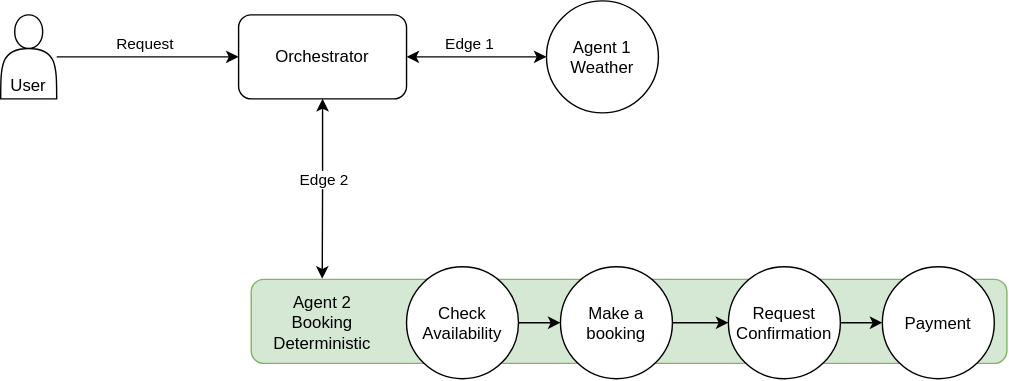
Before: multiAgent.svg, a diagram exported from draw.io (kieran-travis/drawio). Source tidied: cells renumbered, new cells last; positions are measured from the earlier drawing's top-left corner, leaving out a move shared by most shapes. Its diagram source:
```xml
<mxGraphModel>
  <root>
    <mxCell id="0" />
    <mxCell id="1" parent="0" />
    <mxCell id="2" style="edgeStyle=orthogonalEdgeStyle;rounded=0;jettySize=auto;html=1;startArrow=classic;startFill=1;" parent="1" edge="1" source="4" target="8">
      <mxGeometry relative="1" as="geometry" />
    </mxCell>
    <mxCell id="3" value="Edge 1" style="edgeLabel;html=1;align=center;verticalAlign=middle;" parent="2" vertex="1">
      <mxGeometry x="-0.24" y="3" relative="1" as="geometry">
        <mxPoint x="6" y="-7" as="offset" />
      </mxGeometry>
    </mxCell>
    <mxCell id="4" value="Orchestrator" style="rounded=1;whiteSpace=wrap;html=1;" parent="1" vertex="1">
      <mxGeometry x="170" y="10" width="120" height="60" as="geometry" />
    </mxCell>
    <mxCell id="5" style="edgeStyle=orthogonalEdgeStyle;rounded=0;jettySize=auto;html=1;" parent="1" edge="1" source="7" target="4">
      <mxGeometry relative="1" as="geometry" />
    </mxCell>
    <mxCell id="6" value="Request" style="edgeLabel;html=1;align=center;verticalAlign=middle;" parent="5" vertex="1">
      <mxGeometry x="-0.05" y="-3" relative="1" as="geometry">
        <mxPoint y="-13" as="offset" />
      </mxGeometry>
    </mxCell>
    <mxCell id="7" value="User" style="shape=actor;whiteSpace=wrap;html=1;verticalAlign=bottom;" parent="1" vertex="1">
      <mxGeometry y="10" width="40" height="60" as="geometry" />
    </mxCell>
    <mxCell id="8" value="Agent 1 Weather" style="ellipse;whiteSpace=wrap;html=1;shapeInside=1;rounded=1;" parent="1" vertex="1">
      <mxGeometry x="390" width="80" height="80" as="geometry" />
    </mxCell>
    <mxCell id="9" style="rounded=1;whiteSpace=wrap;html=1;fillColor=#d5e8d4;strokeColor=#82b366;" parent="1" vertex="1">
      <mxGeometry x="179" y="199" width="540" height="60" as="geometry" />
    </mxCell>
    <mxCell id="10" style="edgeStyle=orthogonalEdgeStyle;rounded=0;jettySize=auto;html=1;entryX=0;entryY=0.5;entryDx=0;entryDy=0;" parent="1" edge="1" source="11" target="13">
      <mxGeometry relative="1" as="geometry" />
    </mxCell>
    <mxCell id="11" value="Check Availability" style="ellipse;whiteSpace=wrap;html=1;shapeInside=1;" parent="1" vertex="1">
      <mxGeometry x="290" y="190" width="80" height="80" as="geometry" />
    </mxCell>
    <mxCell id="12" style="edgeStyle=orthogonalEdgeStyle;rounded=0;jettySize=auto;html=1;entryX=0;entryY=0.5;entryDx=0;entryDy=0;" parent="1" edge="1" source="13" target="15">
      <mxGeometry relative="1" as="geometry" />
    </mxCell>
    <mxCell id="13" value="Make a booking" style="ellipse;whiteSpace=wrap;html=1;shapeInside=1;" parent="1" vertex="1">
      <mxGeometry x="400" y="190" width="80" height="80" as="geometry" />
    </mxCell>
    <mxCell id="14" style="edgeStyle=orthogonalEdgeStyle;rounded=0;jettySize=auto;html=1;entryX=0;entryY=0.5;entryDx=0;entryDy=0;" parent="1" edge="1" source="15" target="16">
      <mxGeometry relative="1" as="geometry" />
    </mxCell>
    <mxCell id="15" value="Request Confirmation" style="ellipse;whiteSpace=wrap;html=1;shapeInside=1;" parent="1" vertex="1">
      <mxGeometry x="520" y="190" width="80" height="80" as="geometry" />
    </mxCell>
    <mxCell id="16" value="Payment" style="ellipse;whiteSpace=wrap;html=1;shapeInside=1;" parent="1" vertex="1">
      <mxGeometry x="630" y="190" width="80" height="80" as="geometry" />
    </mxCell>
    <mxCell id="17" value="Agent 2&lt;div&gt;Booking&lt;/div&gt;&lt;div&gt;Deterministic&lt;/div&gt;" style="text;html=1;whiteSpace=wrap;strokeColor=none;fillColor=none;align=center;verticalAlign=middle;rounded=0;" parent="1" vertex="1">
      <mxGeometry x="200" y="215" width="60" height="30" as="geometry" />
    </mxCell>
    <mxCell id="18" style="edgeStyle=orthogonalEdgeStyle;rounded=0;jettySize=auto;html=1;entryX=0.094;entryY=-0.008;entryDx=0;entryDy=0;entryPerimeter=0;startArrow=classic;startFill=1;" parent="1" edge="1" source="4" target="9">
      <mxGeometry relative="1" as="geometry" />
    </mxCell>
    <mxCell id="19" value="Edge 2" style="edgeLabel;html=1;align=center;verticalAlign=middle;" parent="18" vertex="1">
      <mxGeometry x="-0.12" relative="1" as="geometry" />
    </mxCell>
  </root>
</mxGraphModel>
```
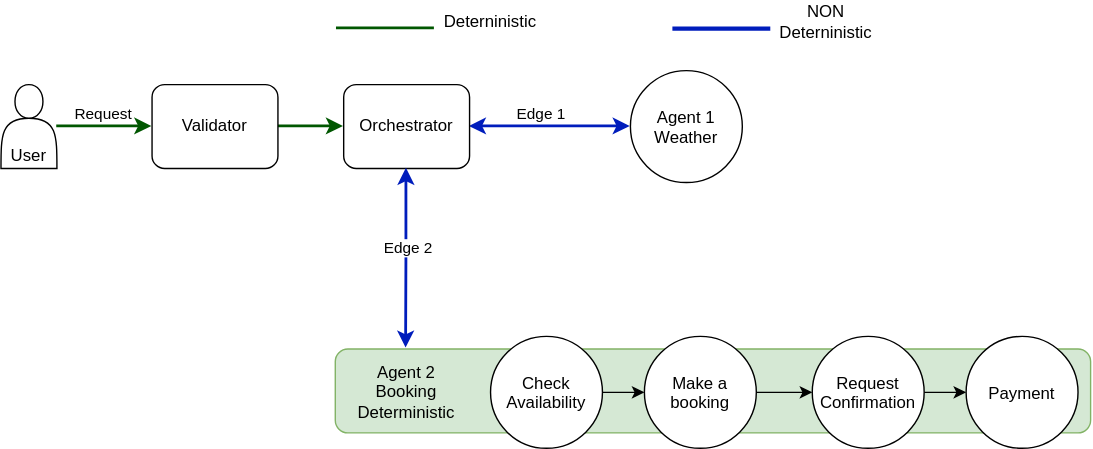
Above is the later version.

Commit message:
determistic and non deterministic

Diff of the diagram source:
```diff
@@ -2,7 +2,7 @@
   <root>
     <mxCell id="0" />
     <mxCell id="1" parent="0" />
-    <mxCell id="2" style="edgeStyle=orthogonalEdgeStyle;rounded=0;jettySize=auto;html=1;startArrow=classic;startFill=1;" parent="1" edge="1" source="4" target="8">
+    <mxCell id="2" style="edgeStyle=orthogonalEdgeStyle;rounded=0;jettySize=auto;html=1;startArrow=classic;startFill=1;fillColor=#0050ef;strokeColor=#001DBC;strokeWidth=2;" parent="1" edge="1" source="4" target="8">
       <mxGeometry relative="1" as="geometry" />
     </mxCell>
     <mxCell id="3" value="Edge 1" style="edgeLabel;html=1;align=center;verticalAlign=middle;" parent="2" vertex="1">
@@ -11,18 +11,13 @@
       </mxGeometry>
     </mxCell>
     <mxCell id="4" value="Orchestrator" style="rounded=1;whiteSpace=wrap;html=1;" parent="1" vertex="1">
-      <mxGeometry x="170" y="10" width="120" height="60" as="geometry" />
+      <mxGeometry x="185" y="10" width="90" height="60" as="geometry" />
     </mxCell>
-    <mxCell id="5" style="edgeStyle=orthogonalEdgeStyle;rounded=0;jettySize=auto;html=1;" parent="1" edge="1" source="7" target="4">
+    <mxCell id="5" style="edgeStyle=orthogonalEdgeStyle;rounded=0;jettySize=auto;html=1;fillColor=#008a00;strokeColor=#005700;strokeWidth=2;" parent="1" edge="1" source="21" target="4">
       <mxGeometry relative="1" as="geometry" />
     </mxCell>
-    <mxCell id="6" value="Request" style="edgeLabel;html=1;align=center;verticalAlign=middle;" parent="5" vertex="1">
-      <mxGeometry x="-0.05" y="-3" relative="1" as="geometry">
-        <mxPoint y="-13" as="offset" />
-      </mxGeometry>
-    </mxCell>
     <mxCell id="7" value="User" style="shape=actor;whiteSpace=wrap;html=1;verticalAlign=bottom;" parent="1" vertex="1">
-      <mxGeometry y="10" width="40" height="60" as="geometry" />
+      <mxGeometry x="-60" y="10" width="40" height="60" as="geometry" />
     </mxCell>
     <mxCell id="8" value="Agent 1 Weather" style="ellipse;whiteSpace=wrap;html=1;shapeInside=1;rounded=1;" parent="1" vertex="1">
       <mxGeometry x="390" width="80" height="80" as="geometry" />
@@ -54,11 +49,40 @@
     <mxCell id="17" value="Agent 2&lt;div&gt;Booking&lt;/div&gt;&lt;div&gt;Deterministic&lt;/div&gt;" style="text;html=1;whiteSpace=wrap;strokeColor=none;fillColor=none;align=center;verticalAlign=middle;rounded=0;" parent="1" vertex="1">
       <mxGeometry x="200" y="215" width="60" height="30" as="geometry" />
     </mxCell>
-    <mxCell id="18" style="edgeStyle=orthogonalEdgeStyle;rounded=0;jettySize=auto;html=1;entryX=0.094;entryY=-0.008;entryDx=0;entryDy=0;entryPerimeter=0;startArrow=classic;startFill=1;" parent="1" edge="1" source="4" target="9">
+    <mxCell id="18" style="edgeStyle=orthogonalEdgeStyle;rounded=0;jettySize=auto;html=1;entryX=0.094;entryY=-0.008;entryDx=0;entryDy=0;entryPerimeter=0;startArrow=classic;startFill=1;fillColor=#0050ef;strokeColor=#001DBC;strokeWidth=2;" parent="1" edge="1" source="4" target="9">
       <mxGeometry relative="1" as="geometry" />
     </mxCell>
     <mxCell id="19" value="Edge 2" style="edgeLabel;html=1;align=center;verticalAlign=middle;" parent="18" vertex="1">
       <mxGeometry x="-0.12" relative="1" as="geometry" />
     </mxCell>
+    <mxCell id="20" style="edgeStyle=orthogonalEdgeStyle;rounded=0;jettySize=auto;html=1;strokeWidth=2;fillColor=#008a00;strokeColor=#005700;" parent="1" edge="1" source="7" target="21">
+      <mxGeometry relative="1" as="geometry" />
+    </mxCell>
+    <mxCell id="6" value="Request" style="edgeLabel;html=1;align=center;verticalAlign=middle;" parent="20" vertex="1">
+      <mxGeometry x="-0.05" y="-3" relative="1" as="geometry">
+        <mxPoint y="-13" as="offset" />
+      </mxGeometry>
+    </mxCell>
+    <mxCell id="21" value="Validator" style="rounded=1;whiteSpace=wrap;html=1;" parent="1" vertex="1">
+      <mxGeometry x="48" y="10" width="90" height="60" as="geometry" />
+    </mxCell>
+    <mxCell id="22" style="endArrow=none;html=1;rounded=0;strokeWidth=2;fillColor=#008a00;strokeColor=#005700;" parent="1" edge="1">
+      <mxGeometry relative="1" as="geometry">
+        <mxPoint x="180" y="-30" as="sourcePoint" />
+        <mxPoint x="250" y="-30" as="targetPoint" />
+      </mxGeometry>
+    </mxCell>
+    <mxCell id="23" value="Deterninistic" style="text;html=1;whiteSpace=wrap;strokeColor=none;fillColor=none;align=center;verticalAlign=middle;rounded=0;" parent="1" vertex="1">
+      <mxGeometry x="260" y="-50" width="60" height="30" as="geometry" />
+    </mxCell>
+    <mxCell id="24" style="endArrow=none;html=1;rounded=0;strokeWidth=3;fillColor=#0050ef;strokeColor=#001DBC;" parent="1" edge="1">
+      <mxGeometry relative="1" as="geometry">
+        <mxPoint x="420" y="-30" as="sourcePoint" />
+        <mxPoint x="490" y="-30" as="targetPoint" />
+      </mxGeometry>
+    </mxCell>
+    <mxCell id="25" value="NON Deterninistic" style="text;html=1;whiteSpace=wrap;strokeColor=none;fillColor=none;align=center;verticalAlign=middle;rounded=0;" parent="1" vertex="1">
+      <mxGeometry x="500" y="-50" width="60" height="30" as="geometry" />
+    </mxCell>
   </root>
 </mxGraphModel>
```
